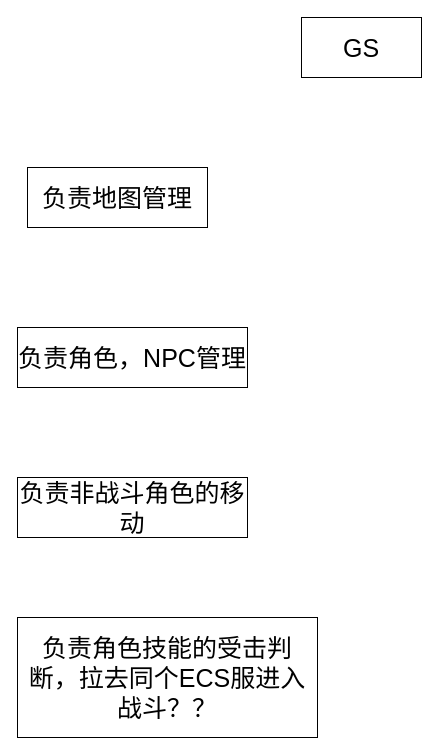
This is page "GameServer" (1 of 3) of Doc/GameServerFrame.drawio from a654889339/FingerGuessGame, a draw.io file, before an edit. Source tidied: cells renumbered, new cells numbered last; positions are measured from the earlier drawing's top-left corner, leaving out a move shared by most shapes. Both pictures are drawn from the tidied source at 100%, with x=0, y=0 at pixel (17, 17).
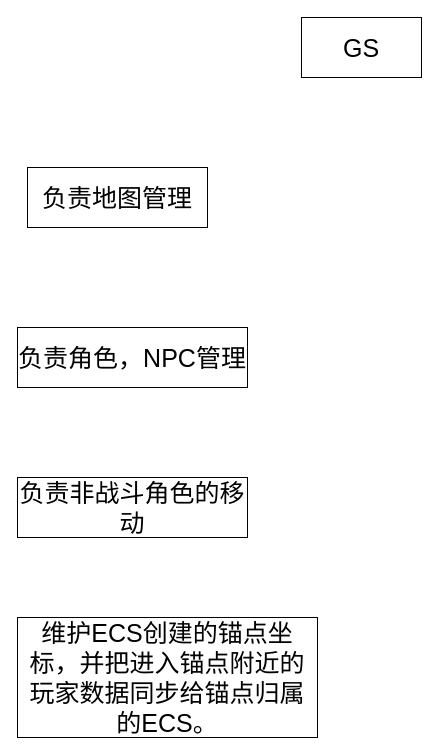
After the change.

Change to the diagram source:
```diff
@@
 <mxGraphModel>
   <root>
     <mxCell id="0" />
     <mxCell id="1" parent="0" />
     <mxCell id="2" value="&lt;font style=&quot;font-size: 25px&quot;&gt;GS&lt;/font&gt;" style="rounded=0;whiteSpace=wrap;html=1;" parent="1" vertex="1">
       <mxGeometry x="284" width="120" height="60" as="geometry" />
     </mxCell>
     <mxCell id="3" value="负责地图管理" style="rounded=0;whiteSpace=wrap;html=1;fontSize=25;" parent="1" vertex="1">
       <mxGeometry x="10" y="150" width="180" height="60" as="geometry" />
     </mxCell>
     <mxCell id="4" value="负责角色，NPC管理" style="rounded=0;whiteSpace=wrap;html=1;fontSize=25;" parent="1" vertex="1">
       <mxGeometry y="310" width="230" height="60" as="geometry" />
     </mxCell>
     <mxCell id="5" value="负责非战斗角色的移动" style="rounded=0;whiteSpace=wrap;html=1;fontSize=25;" parent="1" vertex="1">
       <mxGeometry y="460" width="230" height="60" as="geometry" />
     </mxCell>
-    <mxCell id="6" value="负责角色技能的受击判断，拉去同个ECS服进入战斗？？" style="rounded=0;whiteSpace=wrap;html=1;fontSize=25;" parent="1" vertex="1">
+    <mxCell id="6" value="维护ECS创建的锚点坐标，并把进入锚点附近的玩家数据同步给锚点归属的ECS。" style="rounded=0;whiteSpace=wrap;html=1;fontSize=25;" parent="1" vertex="1">
       <mxGeometry y="600" width="300" height="120" as="geometry" />
     </mxCell>
   </root>
 </mxGraphModel>
```
